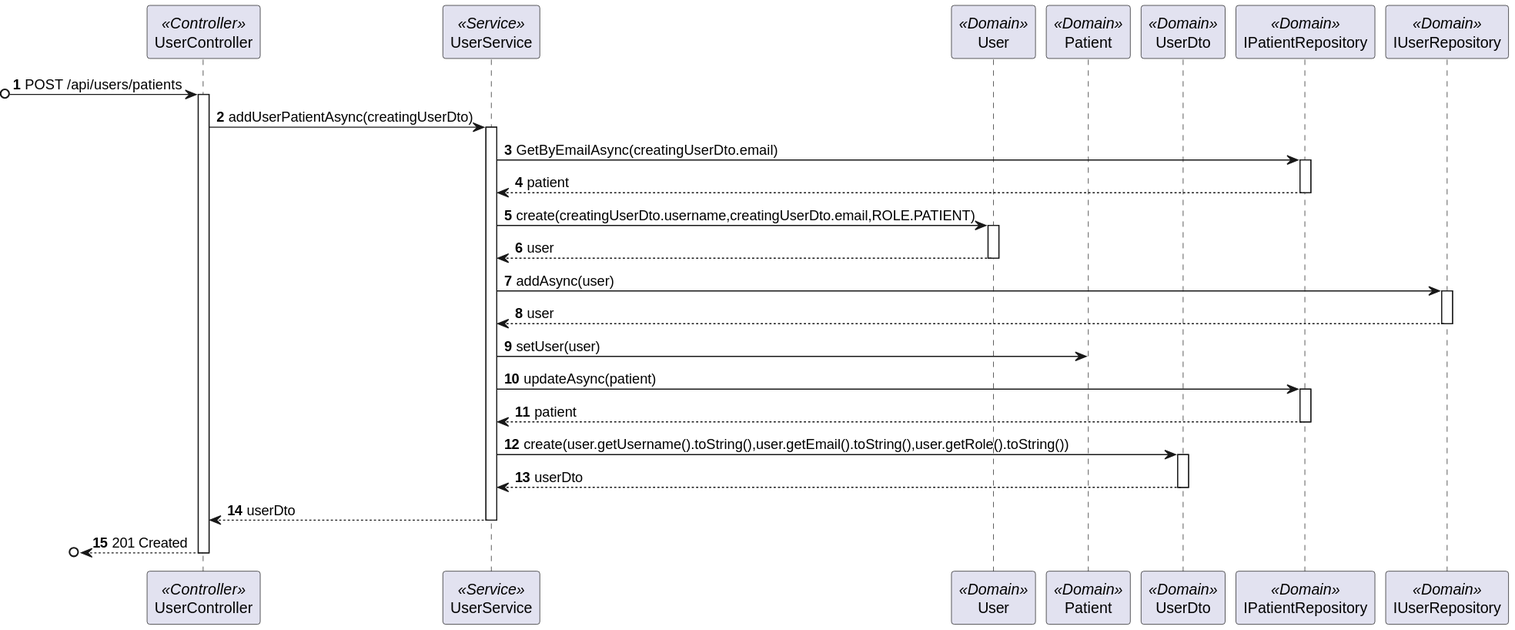
1220846/sem5pi-24-25-3ddg20 keeps this PlantUML diagram as docs/sprint-a/us-5.1.3/views/level3/process-view-2.svg. Above is the earlier version. Source of this version:
```plantuml
@startuml
autonumber

participant "UserController" as Controller <<Controller>>
participant "UserService" as Service <<Service>>
participant "User" as User <<Domain>>
participant "Patient" as Patient <<Domain>>
participant "UserDto" as UserDto <<Domain>>
participant "IPatientRepository" as PatientRepository <<Domain>>
participant "IUserRepository" as UserRepository <<Domain>>

?o-> Controller : POST /api/users/patients

activate Controller

    Controller -> Service : addUserPatientAsync(creatingUserDto)

    activate Service

        Service -> PatientRepository : GetByEmailAsync(creatingUserDto.email)

        activate PatientRepository

            PatientRepository --> Service : patient

        deactivate PatientRepository

        Service -> User : create(creatingUserDto.username,creatingUserDto.email,ROLE.PATIENT)

        activate User

            User --> Service : user

        deactivate User

        Service  -> UserRepository : addAsync(user)

        activate UserRepository

            UserRepository --> Service : user

        deactivate UserRepository

        Service -> Patient : setUser(user)

        Service -> PatientRepository : updateAsync(patient)

        activate PatientRepository

            PatientRepository -->  Service : patient

        deactivate PatientRepository

        Service -> UserDto : create(user.getUsername().toString(),user.getEmail().toString(),user.getRole().toString())

        activate UserDto

            UserDto --> Service : userDto

        deactivate UserDto

        Service --> Controller : userDto

    deactivate Service

    ?o<-- Controller : 201 Created

deactivate Controller
@enduml
```
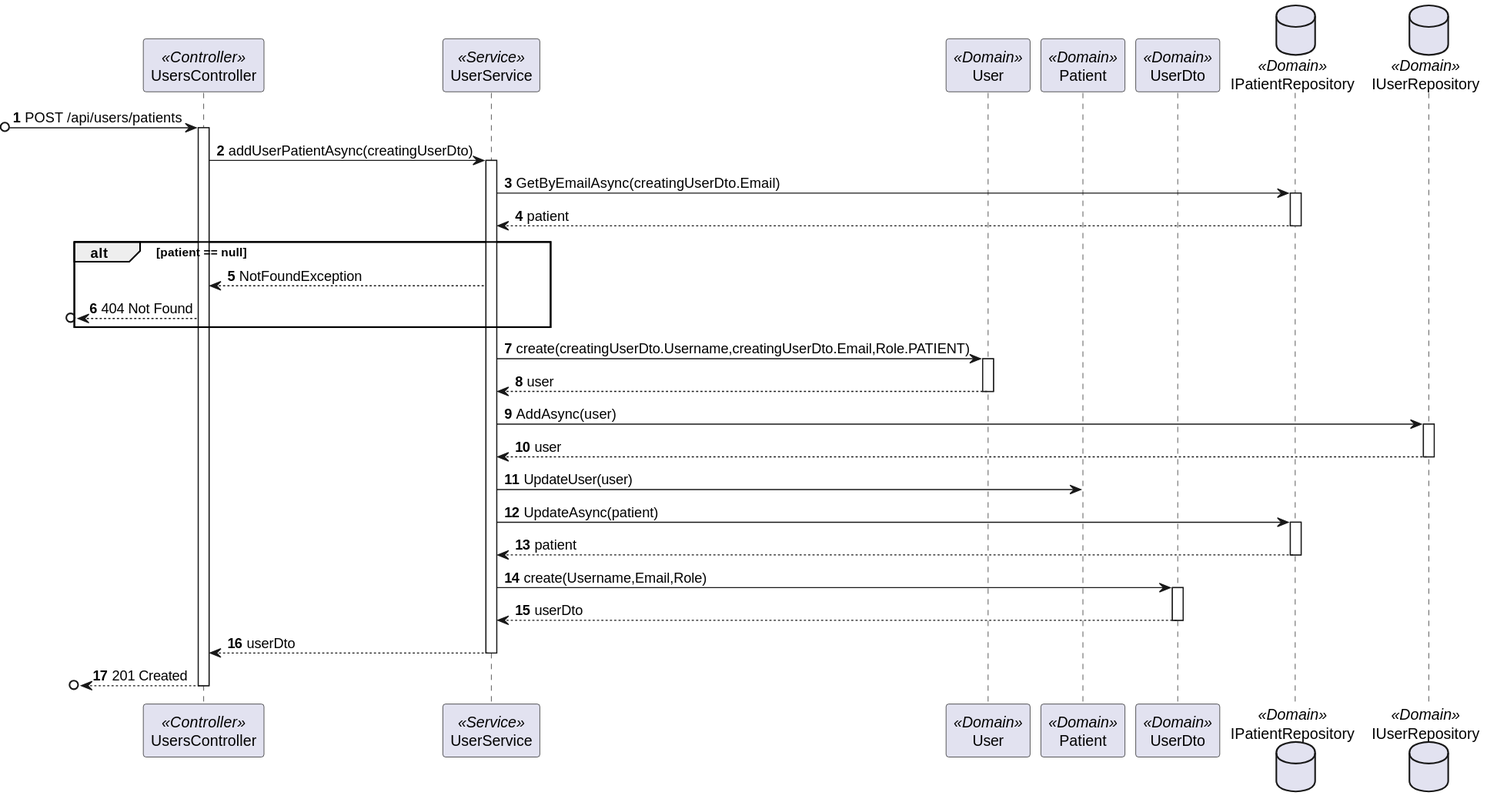
After the change.

Commit message:
docs: update process-view level 3 #3

The edit, as a diff of the source:
```diff
@@ -1,13 +1,13 @@
 @startuml
 autonumber
 
-participant "UserController" as Controller <<Controller>>
+participant "UsersController" as Controller <<Controller>>
 participant "UserService" as Service <<Service>>
 participant "User" as User <<Domain>>
 participant "Patient" as Patient <<Domain>>
 participant "UserDto" as UserDto <<Domain>>
-participant "IPatientRepository" as PatientRepository <<Domain>>
-participant "IUserRepository" as UserRepository <<Domain>>
+database "IPatientRepository" as PatientRepository <<Domain>>
+database "IUserRepository" as UserRepository <<Domain>>
 
 ?o-> Controller : POST /api/users/patients
 
@@ -17,7 +17,7 @@
 
     activate Service
 
-        Service -> PatientRepository : GetByEmailAsync(creatingUserDto.email)
+        Service -> PatientRepository : GetByEmailAsync(creatingUserDto.Email)
 
         activate PatientRepository
 
@@ -25,7 +25,15 @@
 
         deactivate PatientRepository
 
-        Service -> User : create(creatingUserDto.username,creatingUserDto.email,ROLE.PATIENT)
+        alt patient == null
+
+            Service --> Controller : NotFoundException
+
+            ?o<-- Controller : 404 Not Found
+
+        end
+
+        Service -> User : create(creatingUserDto.Username,creatingUserDto.Email,Role.PATIENT)
 
         activate User
 
@@ -33,7 +41,7 @@
 
         deactivate User
 
-        Service  -> UserRepository : addAsync(user)
+        Service  -> UserRepository : AddAsync(user)
 
         activate UserRepository
 
@@ -41,9 +49,9 @@
 
         deactivate UserRepository
 
-        Service -> Patient : setUser(user)
+        Service -> Patient : UpdateUser(user)
 
-        Service -> PatientRepository : updateAsync(patient)
+        Service -> PatientRepository : UpdateAsync(patient)
 
         activate PatientRepository
 
@@ -51,7 +59,7 @@
 
         deactivate PatientRepository
 
-        Service -> UserDto : create(user.getUsername().toString(),user.getEmail().toString(),user.getRole().toString())
+        Service -> UserDto : create(Username,Email,Role)
 
         activate UserDto
 
```
